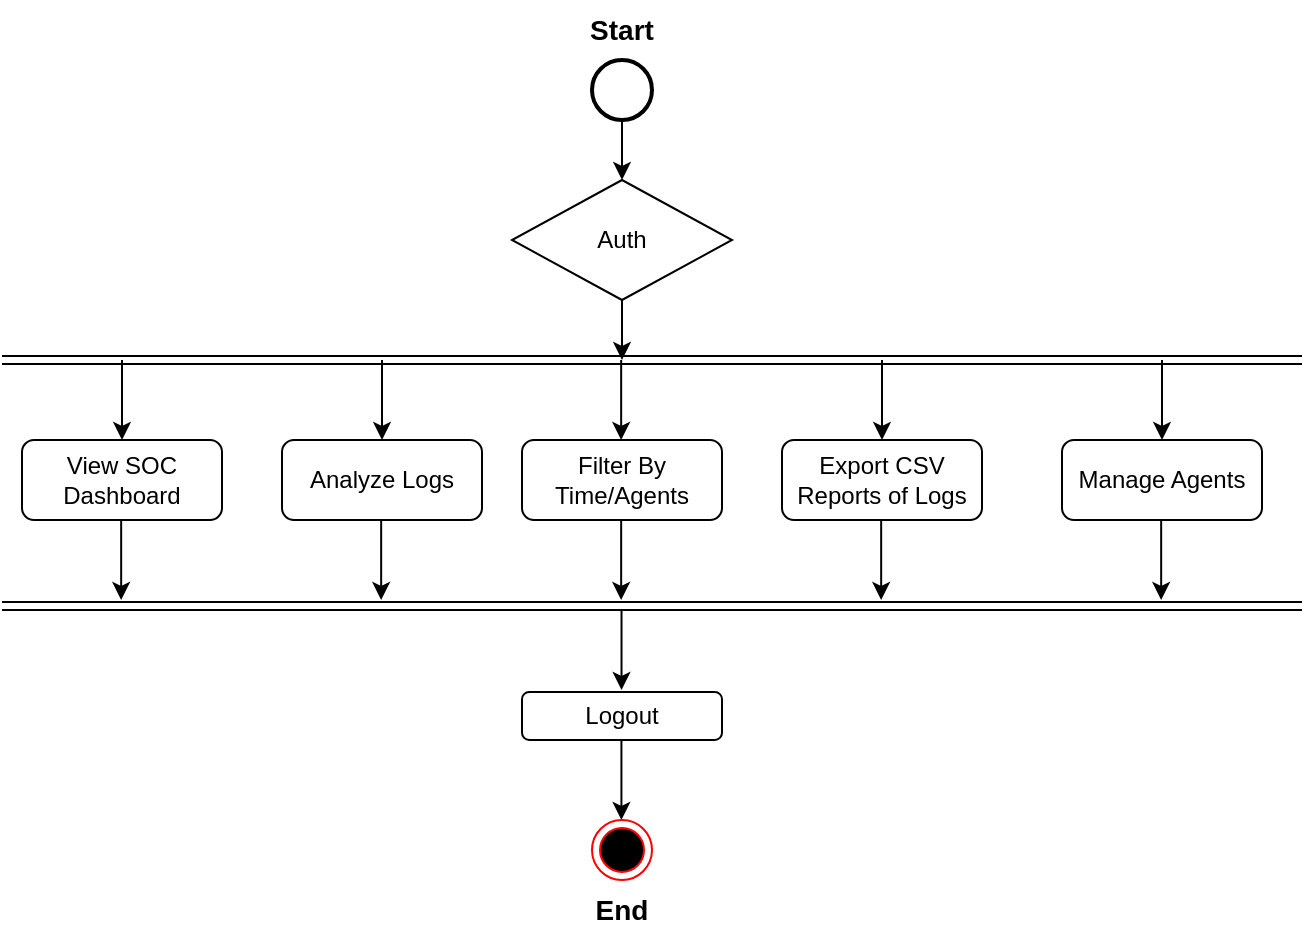
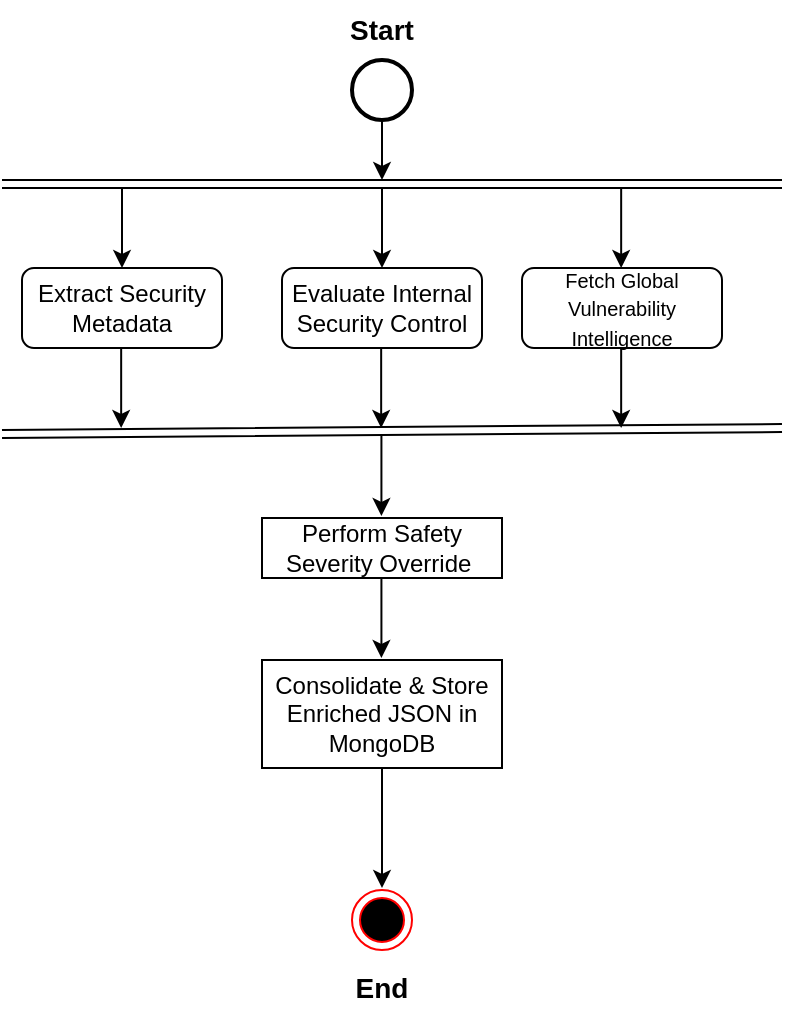
<mxfile host="app.diagrams.net" pages="3">
  <diagram name="ActivityDiagram" id="EaASR5h_dRPei6wLSSD3">
-     <mxGraphModel dx="1447" dy="644" grid="1" gridSize="10" guides="1" tooltips="1" connect="1" arrows="1" fold="1" page="1" pageScale="1" pageWidth="827" pageHeight="1169" math="0" shadow="0">
+     <mxGraphModel dx="1359" dy="607" grid="1" gridSize="10" guides="1" tooltips="1" connect="1" arrows="1" fold="1" page="1" pageScale="1" pageWidth="827" pageHeight="1169" math="0" shadow="0">
      <root>
        <mxCell id="0" />
        <mxCell id="1" parent="0" />
        <mxCell id="ligvihcUIHPaQzbgsKIm-3" edge="1" parent="1" source="ligvihcUIHPaQzbgsKIm-1" style="edgeStyle=orthogonalEdgeStyle;rounded=0;orthogonalLoop=1;jettySize=auto;html=1;">
          <mxGeometry relative="1" as="geometry">
-             <mxPoint x="430" y="170" as="targetPoint" />
+             <mxPoint x="310" y="256" as="targetPoint" />
          </mxGeometry>
        </mxCell>
        <mxCell id="ligvihcUIHPaQzbgsKIm-1" parent="1" style="strokeWidth=2;html=1;shape=mxgraph.flowchart.start_2;whiteSpace=wrap;" value="" vertex="1">
-           <mxGeometry height="30" width="30" x="415" y="110" as="geometry" />
+           <mxGeometry height="30" width="30" x="295" y="196" as="geometry" />
        </mxCell>
        <mxCell id="ligvihcUIHPaQzbgsKIm-2" parent="1" style="text;html=1;whiteSpace=wrap;strokeColor=none;fillColor=none;align=center;verticalAlign=middle;rounded=0;" value="&lt;b&gt;&lt;font style=&quot;font-size: 14px;&quot;&gt;Start&lt;/font&gt;&lt;/b&gt;" vertex="1">
-           <mxGeometry height="30" width="60" x="400" y="80" as="geometry" />
-         </mxCell>
-         <mxCell id="ligvihcUIHPaQzbgsKIm-5" edge="1" parent="1" source="ligvihcUIHPaQzbgsKIm-4" style="edgeStyle=orthogonalEdgeStyle;rounded=0;orthogonalLoop=1;jettySize=auto;html=1;">
-           <mxGeometry relative="1" as="geometry">
-             <mxPoint x="430" y="260" as="targetPoint" />
-           </mxGeometry>
-         </mxCell>
-         <mxCell id="ligvihcUIHPaQzbgsKIm-4" parent="1" style="rhombus;whiteSpace=wrap;html=1;" value="Auth" vertex="1">
-           <mxGeometry height="60" width="110" x="375" y="170" as="geometry" />
+           <mxGeometry height="30" width="60" x="280" y="166" as="geometry" />
        </mxCell>
        <mxCell id="ligvihcUIHPaQzbgsKIm-7" edge="1" parent="1" style="endArrow=none;html=1;rounded=0;strokeColor=#000000;shape=link;" value="">
          <mxGeometry height="50" relative="1" width="50" as="geometry">
-             <mxPoint x="120" y="260" as="sourcePoint" />
-             <mxPoint x="770" y="260" as="targetPoint" />
+             <mxPoint x="120" y="258" as="sourcePoint" />
+             <mxPoint x="510" y="258" as="targetPoint" />
          </mxGeometry>
        </mxCell>
        <mxCell id="ligvihcUIHPaQzbgsKIm-8" edge="1" parent="1" style="endArrow=classic;html=1;rounded=0;" value="">
          <mxGeometry height="50" relative="1" width="50" as="geometry">
            <mxPoint x="180" y="260" as="sourcePoint" />
            <mxPoint x="180" y="300" as="targetPoint" />
          </mxGeometry>
        </mxCell>
        <mxCell id="ligvihcUIHPaQzbgsKIm-9" edge="1" parent="1" style="endArrow=classic;html=1;rounded=0;" value="">
          <mxGeometry height="50" relative="1" width="50" as="geometry">
            <mxPoint x="310" y="260" as="sourcePoint" />
            <mxPoint x="310" y="300" as="targetPoint" />
          </mxGeometry>
        </mxCell>
        <mxCell id="ligvihcUIHPaQzbgsKIm-10" edge="1" parent="1" style="endArrow=classic;html=1;rounded=0;" value="">
          <mxGeometry height="50" relative="1" width="50" as="geometry">
            <mxPoint x="429.58" y="260" as="sourcePoint" />
            <mxPoint x="429.58" y="300" as="targetPoint" />
          </mxGeometry>
        </mxCell>
-         <mxCell id="ligvihcUIHPaQzbgsKIm-11" edge="1" parent="1" style="endArrow=classic;html=1;rounded=0;" value="">
-           <mxGeometry height="50" relative="1" width="50" as="geometry">
-             <mxPoint x="560" y="260" as="sourcePoint" />
-             <mxPoint x="560" y="300" as="targetPoint" />
-           </mxGeometry>
-         </mxCell>
-         <mxCell id="ligvihcUIHPaQzbgsKIm-12" edge="1" parent="1" style="endArrow=classic;html=1;rounded=0;" value="">
-           <mxGeometry height="50" relative="1" width="50" as="geometry">
-             <mxPoint x="700" y="260" as="sourcePoint" />
-             <mxPoint x="700" y="300" as="targetPoint" />
-           </mxGeometry>
-         </mxCell>
-         <mxCell id="ligvihcUIHPaQzbgsKIm-13" parent="1" style="rounded=1;whiteSpace=wrap;html=1;" value="&lt;font style=&quot;font-size: 12px;&quot;&gt;View SOC Dashboard&lt;/font&gt;" vertex="1">
+         <mxCell id="ligvihcUIHPaQzbgsKIm-13" parent="1" style="rounded=1;whiteSpace=wrap;html=1;" value="Extract Security Metadata" vertex="1">
          <mxGeometry height="40" width="100" x="130" y="300" as="geometry" />
        </mxCell>
-         <mxCell id="ligvihcUIHPaQzbgsKIm-14" parent="1" style="rounded=1;whiteSpace=wrap;html=1;" value="Analyze Logs" vertex="1">
+         <mxCell id="ligvihcUIHPaQzbgsKIm-14" parent="1" style="rounded=1;whiteSpace=wrap;html=1;" value="Evaluate Internal Security Control" vertex="1">
          <mxGeometry height="40" width="100" x="260" y="300" as="geometry" />
        </mxCell>
-         <mxCell id="ligvihcUIHPaQzbgsKIm-15" parent="1" style="rounded=1;whiteSpace=wrap;html=1;" value="Filter By Time/Agents" vertex="1">
+         <mxCell id="ligvihcUIHPaQzbgsKIm-15" parent="1" style="rounded=1;whiteSpace=wrap;html=1;" value="&lt;font style=&quot;font-size: 10px;&quot;&gt;Fetch Global Vulnerability Intelligence&lt;/font&gt;" vertex="1">
          <mxGeometry height="40" width="100" x="380" y="300" as="geometry" />
-         </mxCell>
-         <mxCell id="ligvihcUIHPaQzbgsKIm-16" parent="1" style="rounded=1;whiteSpace=wrap;html=1;" value="Export CSV Reports of Logs" vertex="1">
-           <mxGeometry height="40" width="100" x="510" y="300" as="geometry" />
-         </mxCell>
-         <mxCell id="ligvihcUIHPaQzbgsKIm-17" parent="1" style="rounded=1;whiteSpace=wrap;html=1;" value="Manage Agents" vertex="1">
-           <mxGeometry height="40" width="100" x="650" y="300" as="geometry" />
        </mxCell>
        <mxCell id="ligvihcUIHPaQzbgsKIm-18" edge="1" parent="1" style="endArrow=classic;html=1;rounded=0;" value="">
          <mxGeometry height="50" relative="1" width="50" as="geometry">
            <mxPoint x="179.58" y="340" as="sourcePoint" />
            <mxPoint x="179.58" y="380" as="targetPoint" />
          </mxGeometry>
        </mxCell>
        <mxCell id="ligvihcUIHPaQzbgsKIm-19" edge="1" parent="1" style="endArrow=classic;html=1;rounded=0;" value="">
          <mxGeometry height="50" relative="1" width="50" as="geometry">
            <mxPoint x="309.58" y="340" as="sourcePoint" />
            <mxPoint x="309.58" y="380" as="targetPoint" />
          </mxGeometry>
        </mxCell>
        <mxCell id="ligvihcUIHPaQzbgsKIm-20" edge="1" parent="1" style="endArrow=classic;html=1;rounded=0;" value="">
          <mxGeometry height="50" relative="1" width="50" as="geometry">
            <mxPoint x="429.58" y="340" as="sourcePoint" />
            <mxPoint x="429.58" y="380" as="targetPoint" />
          </mxGeometry>
        </mxCell>
-         <mxCell id="ligvihcUIHPaQzbgsKIm-21" edge="1" parent="1" style="endArrow=classic;html=1;rounded=0;" value="">
-           <mxGeometry height="50" relative="1" width="50" as="geometry">
-             <mxPoint x="559.58" y="340" as="sourcePoint" />
-             <mxPoint x="559.58" y="380" as="targetPoint" />
-           </mxGeometry>
-         </mxCell>
-         <mxCell id="ligvihcUIHPaQzbgsKIm-22" edge="1" parent="1" style="endArrow=classic;html=1;rounded=0;" value="">
-           <mxGeometry height="50" relative="1" width="50" as="geometry">
-             <mxPoint x="699.58" y="340" as="sourcePoint" />
-             <mxPoint x="699.58" y="380" as="targetPoint" />
-           </mxGeometry>
-         </mxCell>
        <mxCell id="ligvihcUIHPaQzbgsKIm-23" edge="1" parent="1" style="endArrow=none;html=1;rounded=0;strokeColor=#000000;shape=link;" value="">
          <mxGeometry height="50" relative="1" width="50" as="geometry">
            <mxPoint x="120" y="383" as="sourcePoint" />
-             <mxPoint x="770" y="383" as="targetPoint" />
-           </mxGeometry>
-         </mxCell>
-         <mxCell id="ligvihcUIHPaQzbgsKIm-25" edge="1" parent="1" style="endArrow=classic;html=1;rounded=0;" value="">
-           <mxGeometry height="50" relative="1" width="50" as="geometry">
-             <mxPoint x="429.76" y="385" as="sourcePoint" />
-             <mxPoint x="429.76" y="425" as="targetPoint" />
-           </mxGeometry>
-         </mxCell>
-         <mxCell id="ligvihcUIHPaQzbgsKIm-26" parent="1" style="rounded=1;whiteSpace=wrap;html=1;" value="Logout" vertex="1">
-           <mxGeometry height="24" width="100" x="380" y="426" as="geometry" />
+             <mxPoint x="510" y="380" as="targetPoint" />
+           </mxGeometry>
        </mxCell>
        <mxCell id="ligvihcUIHPaQzbgsKIm-28" edge="1" parent="1" style="endArrow=classic;html=1;rounded=0;" value="">
          <mxGeometry height="50" relative="1" width="50" as="geometry">
-             <mxPoint x="429.71" y="450" as="sourcePoint" />
-             <mxPoint x="429.71" y="490" as="targetPoint" />
+             <mxPoint x="309.71" y="384" as="sourcePoint" />
+             <mxPoint x="309.71" y="424" as="targetPoint" />
          </mxGeometry>
        </mxCell>
        <mxCell id="ligvihcUIHPaQzbgsKIm-29" parent="1" style="ellipse;html=1;shape=endState;fillColor=#000000;strokeColor=#ff0000;" value="" vertex="1">
-           <mxGeometry height="30" width="30" x="415" y="490" as="geometry" />
+           <mxGeometry height="30" width="30" x="295" y="611" as="geometry" />
        </mxCell>
        <mxCell id="ligvihcUIHPaQzbgsKIm-31" parent="1" style="text;html=1;whiteSpace=wrap;strokeColor=none;fillColor=none;align=center;verticalAlign=middle;rounded=0;" value="&lt;span style=&quot;font-size: 14px;&quot;&gt;&lt;b&gt;End&lt;/b&gt;&lt;/span&gt;" vertex="1">
-           <mxGeometry height="30" width="60" x="400" y="520" as="geometry" />
+           <mxGeometry height="30" width="60" x="280" y="645" as="geometry" />
+         </mxCell>
+         <mxCell id="Bolf7b1fDFrVWyYiv-Ff-1" parent="1" style="rounded=0;whiteSpace=wrap;html=1;" value="Perform Safety Severity Override&amp;nbsp;" vertex="1">
+           <mxGeometry height="30" width="120" x="250" y="425" as="geometry" />
+         </mxCell>
+         <mxCell id="Bolf7b1fDFrVWyYiv-Ff-2" edge="1" parent="1" style="endArrow=classic;html=1;rounded=0;" value="">
+           <mxGeometry height="50" relative="1" width="50" as="geometry">
+             <mxPoint x="309.71" y="455" as="sourcePoint" />
+             <mxPoint x="309.71" y="495" as="targetPoint" />
+           </mxGeometry>
+         </mxCell>
+         <mxCell id="Bolf7b1fDFrVWyYiv-Ff-4" edge="1" parent="1" source="Bolf7b1fDFrVWyYiv-Ff-3" style="edgeStyle=orthogonalEdgeStyle;rounded=0;orthogonalLoop=1;jettySize=auto;html=1;" value="">
+           <mxGeometry relative="1" as="geometry">
+             <mxPoint x="310" y="610" as="targetPoint" />
+           </mxGeometry>
+         </mxCell>
+         <mxCell id="Bolf7b1fDFrVWyYiv-Ff-3" parent="1" style="rounded=0;whiteSpace=wrap;html=1;" value="&lt;font style=&quot;font-size: 12px;&quot;&gt;Consolidate &amp;amp; Store Enriched JSON in MongoDB&lt;/font&gt;" vertex="1">
+           <mxGeometry height="54" width="120" x="250" y="496" as="geometry" />
        </mxCell>
      </root>
    </mxGraphModel>
  </diagram>
  <diagram id="VpzOk3PfPcIG9tMvEfGW" name="UseCaseDiagramAnalyst">
    <mxGraphModel dx="1447" dy="644" grid="1" gridSize="10" guides="1" tooltips="1" connect="1" arrows="1" fold="1" page="1" pageScale="1" pageWidth="827" pageHeight="1169" math="0" shadow="0">
      <root>
        <mxCell id="0" />
        <mxCell id="1" parent="0" />
        <mxCell id="f8OjoBhl9FnAi2wGh2sA-1" parent="1" style="shape=umlActor;verticalLabelPosition=bottom;verticalAlign=top;html=1;" value="Analyst" vertex="1">
          <mxGeometry height="100" width="50" x="110" y="365" as="geometry" />
        </mxCell>
        <mxCell id="f8OjoBhl9FnAi2wGh2sA-2" edge="1" parent="1" source="f8OjoBhl9FnAi2wGh2sA-1" style="endArrow=open;endFill=1;endSize=12;html=1;rounded=0;exitX=1;exitY=0.3333333333333333;exitDx=0;exitDy=0;exitPerimeter=0;" value="">
          <mxGeometry relative="1" width="160" as="geometry">
            <mxPoint x="160" y="450" as="sourcePoint" />
            <mxPoint x="400" y="150" as="targetPoint" />
          </mxGeometry>
        </mxCell>
        <mxCell id="f8OjoBhl9FnAi2wGh2sA-3" edge="1" parent="1" source="f8OjoBhl9FnAi2wGh2sA-1" style="endArrow=open;endFill=1;endSize=12;html=1;rounded=0;exitX=1;exitY=0.3333333333333333;exitDx=0;exitDy=0;exitPerimeter=0;" value="">
          <mxGeometry relative="1" width="160" as="geometry">
            <mxPoint x="210" y="470" as="sourcePoint" />
            <mxPoint x="400" y="330" as="targetPoint" />
          </mxGeometry>
        </mxCell>
        <mxCell id="f8OjoBhl9FnAi2wGh2sA-4" edge="1" parent="1" source="f8OjoBhl9FnAi2wGh2sA-1" style="endArrow=open;endFill=1;endSize=12;html=1;rounded=0;exitX=1;exitY=0.3333333333333333;exitDx=0;exitDy=0;exitPerimeter=0;" value="">
          <mxGeometry relative="1" width="160" as="geometry">
            <mxPoint x="160" y="427.33333333333326" as="sourcePoint" />
            <mxPoint x="400" y="414" as="targetPoint" />
          </mxGeometry>
        </mxCell>
        <mxCell id="f8OjoBhl9FnAi2wGh2sA-5" edge="1" parent="1" source="f8OjoBhl9FnAi2wGh2sA-1" style="endArrow=open;endFill=1;endSize=12;html=1;rounded=0;exitX=1;exitY=0.3333333333333333;exitDx=0;exitDy=0;exitPerimeter=0;" value="">
          <mxGeometry relative="1" width="160" as="geometry">
            <mxPoint x="180" y="460" as="sourcePoint" />
            <mxPoint x="400" y="240" as="targetPoint" />
          </mxGeometry>
        </mxCell>
        <mxCell id="f8OjoBhl9FnAi2wGh2sA-6" edge="1" parent="1" source="f8OjoBhl9FnAi2wGh2sA-1" style="endArrow=open;endFill=1;endSize=12;html=1;rounded=0;exitX=1;exitY=0.3333333333333333;exitDx=0;exitDy=0;exitPerimeter=0;entryX=0;entryY=0.5;entryDx=0;entryDy=0;" target="f8OjoBhl9FnAi2wGh2sA-16" value="">
          <mxGeometry relative="1" width="160" as="geometry">
            <mxPoint x="160" y="430.0033333333333" as="sourcePoint" />
            <mxPoint x="400" y="536.67" as="targetPoint" />
          </mxGeometry>
        </mxCell>
        <mxCell id="f8OjoBhl9FnAi2wGh2sA-7" edge="1" parent="1" source="f8OjoBhl9FnAi2wGh2sA-1" style="endArrow=open;endFill=1;endSize=12;html=1;rounded=0;exitX=1;exitY=0.3333333333333333;exitDx=0;exitDy=0;exitPerimeter=0;" value="">
          <mxGeometry relative="1" width="160" as="geometry">
            <mxPoint x="180" y="470" as="sourcePoint" />
            <mxPoint x="400" y="610" as="targetPoint" />
          </mxGeometry>
        </mxCell>
        <mxCell id="f8OjoBhl9FnAi2wGh2sA-8" parent="1" style="ellipse;whiteSpace=wrap;html=1;" value="Registration" vertex="1">
          <mxGeometry height="70" width="140" x="400" y="110" as="geometry" />
        </mxCell>
        <mxCell id="f8OjoBhl9FnAi2wGh2sA-10" parent="1" style="ellipse;whiteSpace=wrap;html=1;" value="Validation" vertex="1">
          <mxGeometry height="70" width="140" x="680" y="110" as="geometry" />
        </mxCell>
        <mxCell id="f8OjoBhl9FnAi2wGh2sA-11" parent="1" style="ellipse;whiteSpace=wrap;html=1;" value="Login" vertex="1">
          <mxGeometry height="70" width="140" x="400" y="200" as="geometry" />
        </mxCell>
        <mxCell id="f8OjoBhl9FnAi2wGh2sA-9" edge="1" parent="1" style="endArrow=open;endSize=12;dashed=1;html=1;rounded=0;" value="&amp;lt;&amp;lt;include&amp;gt;&amp;gt;">
          <mxGeometry relative="1" width="160" as="geometry">
            <mxPoint x="540" y="144.7" as="sourcePoint" />
            <mxPoint x="680" y="144.7" as="targetPoint" />
          </mxGeometry>
        </mxCell>
        <mxCell id="f8OjoBhl9FnAi2wGh2sA-12" edge="1" parent="1" style="endArrow=open;endSize=12;dashed=1;html=1;rounded=0;" value="&amp;lt;&amp;lt;include&amp;gt;&amp;gt;">
          <mxGeometry relative="1" width="160" as="geometry">
            <mxPoint x="540" y="234.75" as="sourcePoint" />
            <mxPoint x="680" y="234.75" as="targetPoint" />
          </mxGeometry>
        </mxCell>
        <mxCell id="f8OjoBhl9FnAi2wGh2sA-13" parent="1" style="ellipse;whiteSpace=wrap;html=1;" value="Authentication" vertex="1">
          <mxGeometry height="70" width="140" x="680" y="200" as="geometry" />
        </mxCell>
        <mxCell id="f8OjoBhl9FnAi2wGh2sA-14" parent="1" style="ellipse;whiteSpace=wrap;html=1;" value="View Dashboard" vertex="1">
          <mxGeometry height="70" width="140" x="400" y="290" as="geometry" />
        </mxCell>
        <mxCell id="f8OjoBhl9FnAi2wGh2sA-15" parent="1" style="ellipse;whiteSpace=wrap;html=1;" value="Filter Logs" vertex="1">
          <mxGeometry height="70" width="140" x="400" y="380" as="geometry" />
        </mxCell>
        <mxCell id="f8OjoBhl9FnAi2wGh2sA-16" parent="1" style="ellipse;whiteSpace=wrap;html=1;" value="Export Incident CSV" vertex="1">
          <mxGeometry height="70" width="140" x="400" y="476.67" as="geometry" />
        </mxCell>
        <mxCell id="f8OjoBhl9FnAi2wGh2sA-19" parent="1" style="ellipse;whiteSpace=wrap;html=1;" value="Logout" vertex="1">
          <mxGeometry height="70" width="140" x="398" y="585" as="geometry" />
        </mxCell>
      </root>
    </mxGraphModel>
  </diagram>
  <diagram name="UseCaseDiagramSOCManager" id="yDDNUjxNH0bBt9GGDaBZ">
    <mxGraphModel dx="1558" dy="694" grid="1" gridSize="10" guides="1" tooltips="1" connect="1" arrows="1" fold="1" page="1" pageScale="1" pageWidth="827" pageHeight="1169" math="0" shadow="0">
      <root>
        <mxCell id="upGtW9rGZinRFZMY1886-0" />
        <mxCell id="upGtW9rGZinRFZMY1886-1" parent="upGtW9rGZinRFZMY1886-0" />
        <mxCell id="upGtW9rGZinRFZMY1886-2" parent="upGtW9rGZinRFZMY1886-1" style="shape=umlActor;verticalLabelPosition=bottom;verticalAlign=top;html=1;" value="Manager" vertex="1">
          <mxGeometry height="100" width="50" x="110" y="365" as="geometry" />
        </mxCell>
        <mxCell id="upGtW9rGZinRFZMY1886-3" edge="1" parent="upGtW9rGZinRFZMY1886-1" source="upGtW9rGZinRFZMY1886-2" style="endArrow=open;endFill=1;endSize=12;html=1;rounded=0;exitX=1;exitY=0.3333333333333333;exitDx=0;exitDy=0;exitPerimeter=0;" value="">
          <mxGeometry relative="1" width="160" as="geometry">
            <mxPoint x="160" y="450" as="sourcePoint" />
            <mxPoint x="400" y="150" as="targetPoint" />
          </mxGeometry>
        </mxCell>
        <mxCell id="upGtW9rGZinRFZMY1886-4" edge="1" parent="upGtW9rGZinRFZMY1886-1" source="upGtW9rGZinRFZMY1886-2" style="endArrow=open;endFill=1;endSize=12;html=1;rounded=0;exitX=1;exitY=0.3333333333333333;exitDx=0;exitDy=0;exitPerimeter=0;" value="">
          <mxGeometry relative="1" width="160" as="geometry">
            <mxPoint x="210" y="470" as="sourcePoint" />
            <mxPoint x="400" y="330" as="targetPoint" />
          </mxGeometry>
        </mxCell>
        <mxCell id="upGtW9rGZinRFZMY1886-5" edge="1" parent="upGtW9rGZinRFZMY1886-1" source="upGtW9rGZinRFZMY1886-2" style="endArrow=open;endFill=1;endSize=12;html=1;rounded=0;exitX=1;exitY=0.3333333333333333;exitDx=0;exitDy=0;exitPerimeter=0;" value="">
          <mxGeometry relative="1" width="160" as="geometry">
            <mxPoint x="160" y="427.33333333333326" as="sourcePoint" />
            <mxPoint x="400" y="414" as="targetPoint" />
          </mxGeometry>
        </mxCell>
        <mxCell id="upGtW9rGZinRFZMY1886-6" edge="1" parent="upGtW9rGZinRFZMY1886-1" source="upGtW9rGZinRFZMY1886-2" style="endArrow=open;endFill=1;endSize=12;html=1;rounded=0;exitX=1;exitY=0.3333333333333333;exitDx=0;exitDy=0;exitPerimeter=0;" value="">
          <mxGeometry relative="1" width="160" as="geometry">
            <mxPoint x="180" y="460" as="sourcePoint" />
            <mxPoint x="400" y="240" as="targetPoint" />
          </mxGeometry>
        </mxCell>
        <mxCell id="upGtW9rGZinRFZMY1886-7" edge="1" parent="upGtW9rGZinRFZMY1886-1" source="upGtW9rGZinRFZMY1886-2" style="endArrow=open;endFill=1;endSize=12;html=1;rounded=0;exitX=1;exitY=0.3333333333333333;exitDx=0;exitDy=0;exitPerimeter=0;entryX=0;entryY=0.5;entryDx=0;entryDy=0;" target="upGtW9rGZinRFZMY1886-17" value="">
          <mxGeometry relative="1" width="160" as="geometry">
            <mxPoint x="160" y="430.0033333333333" as="sourcePoint" />
            <mxPoint x="400" y="536.67" as="targetPoint" />
          </mxGeometry>
        </mxCell>
        <mxCell id="upGtW9rGZinRFZMY1886-8" edge="1" parent="upGtW9rGZinRFZMY1886-1" source="upGtW9rGZinRFZMY1886-2" style="endArrow=open;endFill=1;endSize=12;html=1;rounded=0;exitX=1;exitY=0.3333333333333333;exitDx=0;exitDy=0;exitPerimeter=0;" value="">
          <mxGeometry relative="1" width="160" as="geometry">
            <mxPoint x="180" y="470" as="sourcePoint" />
            <mxPoint x="400" y="610" as="targetPoint" />
          </mxGeometry>
        </mxCell>
        <mxCell id="upGtW9rGZinRFZMY1886-9" parent="upGtW9rGZinRFZMY1886-1" style="ellipse;whiteSpace=wrap;html=1;" value="Registration" vertex="1">
          <mxGeometry height="70" width="140" x="400" y="110" as="geometry" />
        </mxCell>
        <mxCell id="upGtW9rGZinRFZMY1886-10" parent="upGtW9rGZinRFZMY1886-1" style="ellipse;whiteSpace=wrap;html=1;" value="Validation" vertex="1">
          <mxGeometry height="70" width="140" x="680" y="110" as="geometry" />
        </mxCell>
        <mxCell id="upGtW9rGZinRFZMY1886-11" parent="upGtW9rGZinRFZMY1886-1" style="ellipse;whiteSpace=wrap;html=1;" value="Login" vertex="1">
          <mxGeometry height="70" width="140" x="400" y="200" as="geometry" />
        </mxCell>
        <mxCell id="upGtW9rGZinRFZMY1886-12" edge="1" parent="upGtW9rGZinRFZMY1886-1" style="endArrow=open;endSize=12;dashed=1;html=1;rounded=0;" value="&amp;lt;&amp;lt;include&amp;gt;&amp;gt;">
          <mxGeometry relative="1" width="160" as="geometry">
            <mxPoint x="540" y="144.7" as="sourcePoint" />
            <mxPoint x="680" y="144.7" as="targetPoint" />
          </mxGeometry>
        </mxCell>
        <mxCell id="upGtW9rGZinRFZMY1886-13" edge="1" parent="upGtW9rGZinRFZMY1886-1" style="endArrow=open;endSize=12;dashed=1;html=1;rounded=0;" value="&amp;lt;&amp;lt;include&amp;gt;&amp;gt;">
          <mxGeometry relative="1" width="160" as="geometry">
            <mxPoint x="540" y="234.75" as="sourcePoint" />
            <mxPoint x="680" y="234.75" as="targetPoint" />
          </mxGeometry>
        </mxCell>
        <mxCell id="upGtW9rGZinRFZMY1886-14" parent="upGtW9rGZinRFZMY1886-1" style="ellipse;whiteSpace=wrap;html=1;" value="Authentication" vertex="1">
          <mxGeometry height="70" width="140" x="680" y="200" as="geometry" />
        </mxCell>
        <mxCell id="upGtW9rGZinRFZMY1886-15" parent="upGtW9rGZinRFZMY1886-1" style="ellipse;whiteSpace=wrap;html=1;" value="View Dashboard" vertex="1">
          <mxGeometry height="70" width="140" x="400" y="290" as="geometry" />
        </mxCell>
        <mxCell id="upGtW9rGZinRFZMY1886-16" parent="upGtW9rGZinRFZMY1886-1" style="ellipse;whiteSpace=wrap;html=1;" value="Register New Agents" vertex="1">
          <mxGeometry height="70" width="140" x="400" y="380" as="geometry" />
        </mxCell>
        <mxCell id="upGtW9rGZinRFZMY1886-17" parent="upGtW9rGZinRFZMY1886-1" style="ellipse;whiteSpace=wrap;html=1;" value="Get Agent Deployment Scripts" vertex="1">
          <mxGeometry height="70" width="140" x="400" y="476.67" as="geometry" />
        </mxCell>
        <mxCell id="upGtW9rGZinRFZMY1886-18" parent="upGtW9rGZinRFZMY1886-1" style="ellipse;whiteSpace=wrap;html=1;" value="Logout" vertex="1">
          <mxGeometry height="70" width="140" x="400" y="570" as="geometry" />
        </mxCell>
        <mxCell id="riEwgPWOZ8dbX5cUIo9W-0" edge="1" parent="upGtW9rGZinRFZMY1886-1" style="endArrow=open;endSize=12;dashed=1;html=1;rounded=0;" value="&amp;lt;&amp;lt;include&amp;gt;&amp;gt;">
          <mxGeometry relative="1" width="160" as="geometry">
            <mxPoint x="540" y="511.41999999999996" as="sourcePoint" />
            <mxPoint x="680" y="511.41999999999996" as="targetPoint" />
          </mxGeometry>
        </mxCell>
        <mxCell id="riEwgPWOZ8dbX5cUIo9W-1" parent="upGtW9rGZinRFZMY1886-1" style="ellipse;whiteSpace=wrap;html=1;" value="Invoke-WebRequest for Agent Activation" vertex="1">
          <mxGeometry height="70" width="140" x="680" y="476.66999999999996" as="geometry" />
        </mxCell>
      </root>
    </mxGraphModel>
  </diagram>
</mxfile>
